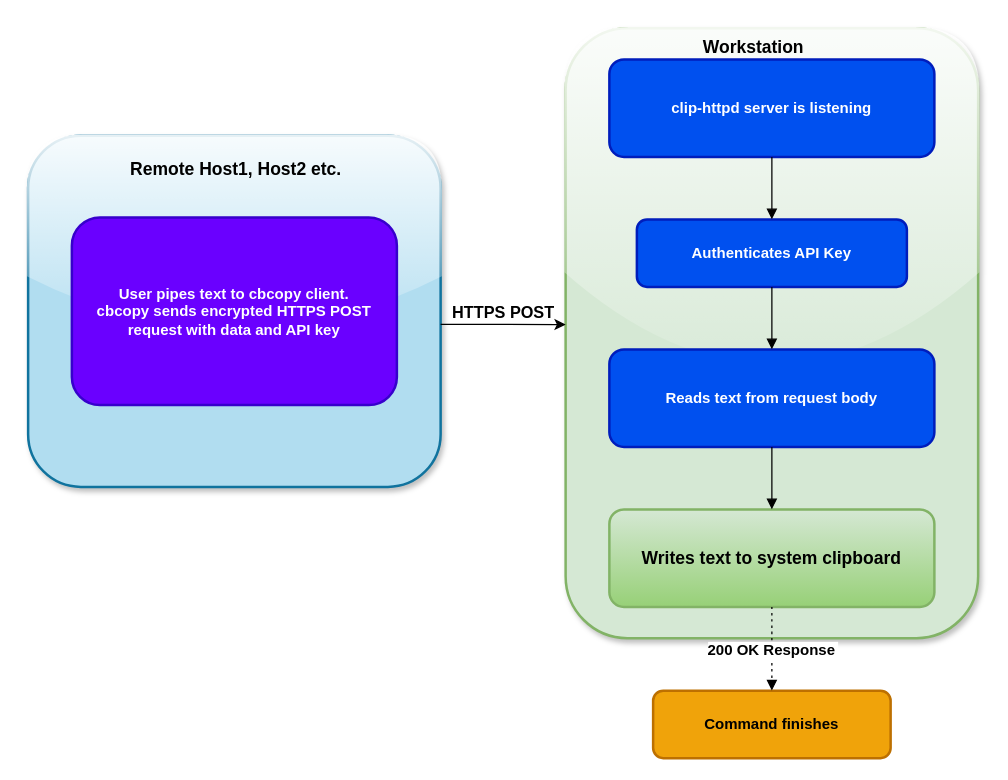
muquit/clip-httpd keeps this draw.io diagram as images/clip-httpd-flow.drawio. Above is the earlier version. Source tidied: cells renumbered, new cells numbered last; positions are measured from the earlier drawing's top-left corner, leaving out a move shared by most shapes. Both pictures are drawn from the tidied source at 125%, with x=0, y=0 at pixel (28, 28).
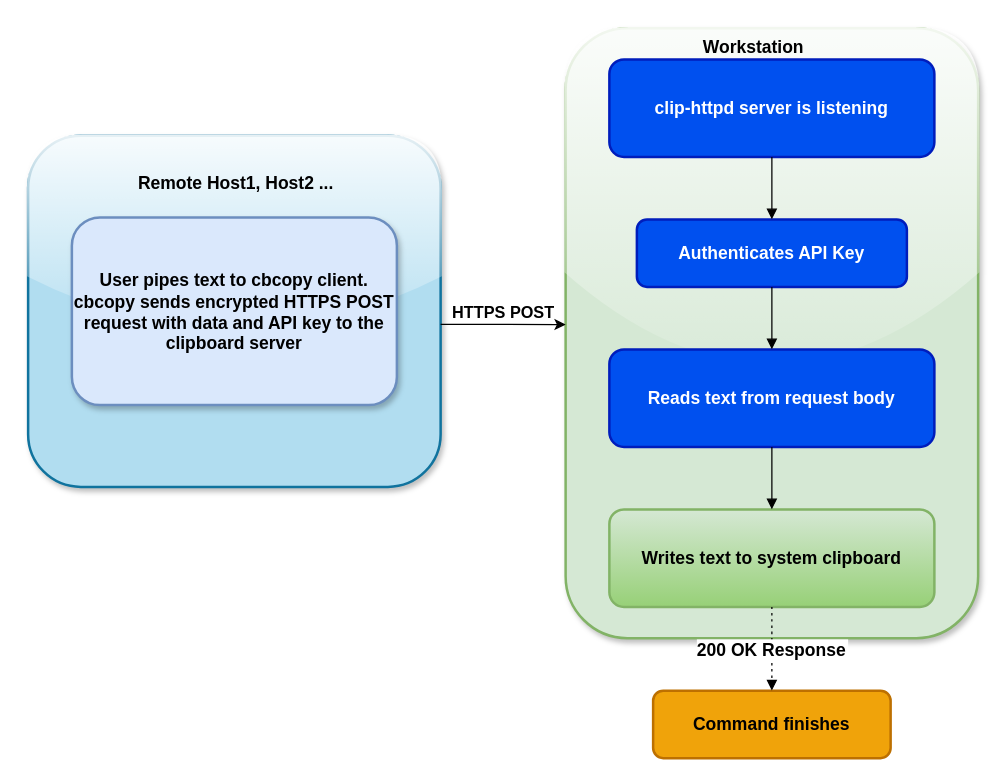
The same page after the edit.

Diff of the diagram source:
```diff
@@
 <mxGraphModel>
   <root>
     <mxCell id="0" />
     <mxCell id="1" parent="0" />
     <mxCell id="2" style="whiteSpace=wrap;strokeWidth=2;rounded=1;fillColor=#d5e8d4;strokeColor=#82b366;glass=1;shadow=1;" parent="1" vertex="1">
       <mxGeometry x="430" width="330" height="488" as="geometry" />
     </mxCell>
     <mxCell id="3" style="whiteSpace=wrap;strokeWidth=2;rounded=1;fillColor=#b1ddf0;strokeColor=#10739e;glass=1;shadow=1;" parent="1" vertex="1">
       <mxGeometry y="86" width="330" height="281" as="geometry" />
     </mxCell>
-    <mxCell id="4" value="User pipes text to cbcopy client.&#10;cbcopy sends encrypted HTTPS POST request with data and API key" style="whiteSpace=wrap;strokeWidth=2;rounded=1;fillColor=#6a00ff;fontColor=#ffffff;strokeColor=#3700CC;fontStyle=1;" parent="1" vertex="1">
+    <mxCell id="4" value="User pipes text to cbcopy client.&#10;cbcopy sends encrypted HTTPS POST request with data and API key to the clipboard server" style="whiteSpace=wrap;strokeWidth=2;rounded=1;fillColor=#dae8fc;strokeColor=#6c8ebf;fontStyle=1;gradientColor=none;glass=0;shadow=1;fontSize=14;" parent="1" vertex="1">
       <mxGeometry x="35" y="151.5" width="260" height="150" as="geometry" />
     </mxCell>
-    <mxCell id="5" value="clip-httpd server is listening" style="whiteSpace=wrap;strokeWidth=2;rounded=1;fillColor=#0050ef;fontColor=#ffffff;strokeColor=#001DBC;fontStyle=1;" parent="1" vertex="1">
+    <mxCell id="5" value="clip-httpd server is listening" style="whiteSpace=wrap;strokeWidth=2;rounded=1;fillColor=#0050ef;fontColor=#ffffff;strokeColor=#001DBC;fontStyle=1;fontSize=14;" parent="1" vertex="1">
       <mxGeometry x="465" y="25" width="260" height="78" as="geometry" />
     </mxCell>
-    <mxCell id="6" value="Authenticates API Key" style="whiteSpace=wrap;strokeWidth=2;rounded=1;fillColor=#0050ef;fontColor=#ffffff;strokeColor=#001DBC;fontStyle=1;" parent="1" vertex="1">
+    <mxCell id="6" value="Authenticates API Key" style="whiteSpace=wrap;strokeWidth=2;rounded=1;fillColor=#0050ef;fontColor=#ffffff;strokeColor=#001DBC;fontStyle=1;fontSize=14;" parent="1" vertex="1">
       <mxGeometry x="487" y="153" width="216" height="54" as="geometry" />
     </mxCell>
-    <mxCell id="7" value="Reads text from request body" style="whiteSpace=wrap;strokeWidth=2;rounded=1;fillColor=#0050ef;fontColor=#ffffff;strokeColor=#001DBC;fontStyle=1;" parent="1" vertex="1">
+    <mxCell id="7" value="Reads text from request body" style="whiteSpace=wrap;strokeWidth=2;rounded=1;fillColor=#0050ef;fontColor=#ffffff;strokeColor=#001DBC;fontStyle=1;fontSize=14;" parent="1" vertex="1">
       <mxGeometry x="465" y="257" width="260" height="78" as="geometry" />
     </mxCell>
     <mxCell id="8" value="Writes text to system clipboard" style="whiteSpace=wrap;strokeWidth=2;rounded=1;fillColor=#d5e8d4;strokeColor=#82b366;fontStyle=1;gradientColor=#97d077;fontSize=14;" parent="1" vertex="1">
       <mxGeometry x="465" y="385" width="260" height="78" as="geometry" />
     </mxCell>
-    <mxCell id="9" value="Command finishes" style="whiteSpace=wrap;strokeWidth=2;rounded=1;fontStyle=1;fillColor=#f0a30a;fontColor=#000000;strokeColor=#BD7000;" parent="1" vertex="1">
+    <mxCell id="9" value="Command finishes" style="whiteSpace=wrap;strokeWidth=2;rounded=1;fontStyle=1;fillColor=#f0a30a;fontColor=#000000;strokeColor=#BD7000;fontSize=14;" parent="1" vertex="1">
       <mxGeometry x="500" y="530" width="190" height="54" as="geometry" />
     </mxCell>
     <mxCell id="10" style="curved=1;startArrow=none;endArrow=block;exitX=0.5;exitY=0.99;entryX=0.5;entryY=-0.01;rounded=0;" parent="1" edge="1" source="5" target="6">
       <mxGeometry relative="1" as="geometry" />
     </mxCell>
     <mxCell id="11" style="curved=1;startArrow=none;endArrow=block;exitX=0.5;exitY=0.99;entryX=0.5;entryY=-0.01;rounded=0;" parent="1" edge="1" source="6" target="7">
       <mxGeometry relative="1" as="geometry" />
     </mxCell>
     <mxCell id="12" style="curved=1;startArrow=none;endArrow=block;exitX=0.5;exitY=0.99;entryX=0.5;entryY=-0.01;rounded=0;" parent="1" edge="1" source="7" target="8">
       <mxGeometry relative="1" as="geometry" />
     </mxCell>
-    <mxCell id="13" value="200 OK Response" style="curved=1;dashed=1;dashPattern=2 3;startArrow=none;endArrow=block;exitX=0.5;exitY=0.99;entryX=0.5;entryY=0;rounded=0;fontStyle=1;fontSize=12;" parent="1" edge="1" source="8" target="9">
+    <mxCell id="13" value="200 OK Response" style="curved=1;dashed=1;dashPattern=2 3;startArrow=none;endArrow=block;exitX=0.5;exitY=0.99;entryX=0.5;entryY=0;rounded=0;fontStyle=1;fontSize=14;" parent="1" edge="1" source="8" target="9">
       <mxGeometry relative="1" as="geometry" />
     </mxCell>
-    <mxCell id="14" value="&lt;b&gt;&lt;font style=&quot;font-size: 14px;&quot;&gt;Remote Host1, Host2 etc.&lt;/font&gt;&lt;/b&gt;" style="text;html=1;align=center;verticalAlign=middle;strokeColor=none;fillColor=none;" parent="1" vertex="1">
-      <mxGeometry x="71" y="98" width="190" height="30" as="geometry" />
+    <mxCell id="14" value="&lt;b&gt;&lt;font style=&quot;font-size: 14px;&quot;&gt;Remote Host1, Host2 ...&lt;/font&gt;&lt;/b&gt;" style="text;html=1;align=center;verticalAlign=middle;strokeColor=none;fillColor=none;" parent="1" vertex="1">
+      <mxGeometry x="76" y="109" width="180" height="30" as="geometry" />
     </mxCell>
     <mxCell id="15" value="&lt;b&gt;&lt;font style=&quot;font-size: 14px;&quot;&gt;Workstation&lt;/font&gt;&lt;/b&gt;" style="text;html=1;align=center;verticalAlign=middle;strokeColor=none;fillColor=none;" parent="1" vertex="1">
       <mxGeometry x="530" width="100" height="30" as="geometry" />
     </mxCell>
     <mxCell id="16" style="endArrow=classic;html=1;rounded=0;exitX=1;exitY=0.537;exitDx=0;exitDy=0;exitPerimeter=0;entryX=0;entryY=0.486;entryDx=0;entryDy=0;entryPerimeter=0;" parent="1" edge="1" source="3" target="2">
       <mxGeometry relative="1" as="geometry" />
     </mxCell>
     <mxCell id="17" value="HTTPS POST" style="text;html=1;align=center;verticalAlign=middle;strokeColor=none;fillColor=none;fontStyle=1;fontSize=13;" parent="1" vertex="1">
       <mxGeometry x="325" y="211.5" width="110" height="30" as="geometry" />
     </mxCell>
   </root>
 </mxGraphModel>
```
